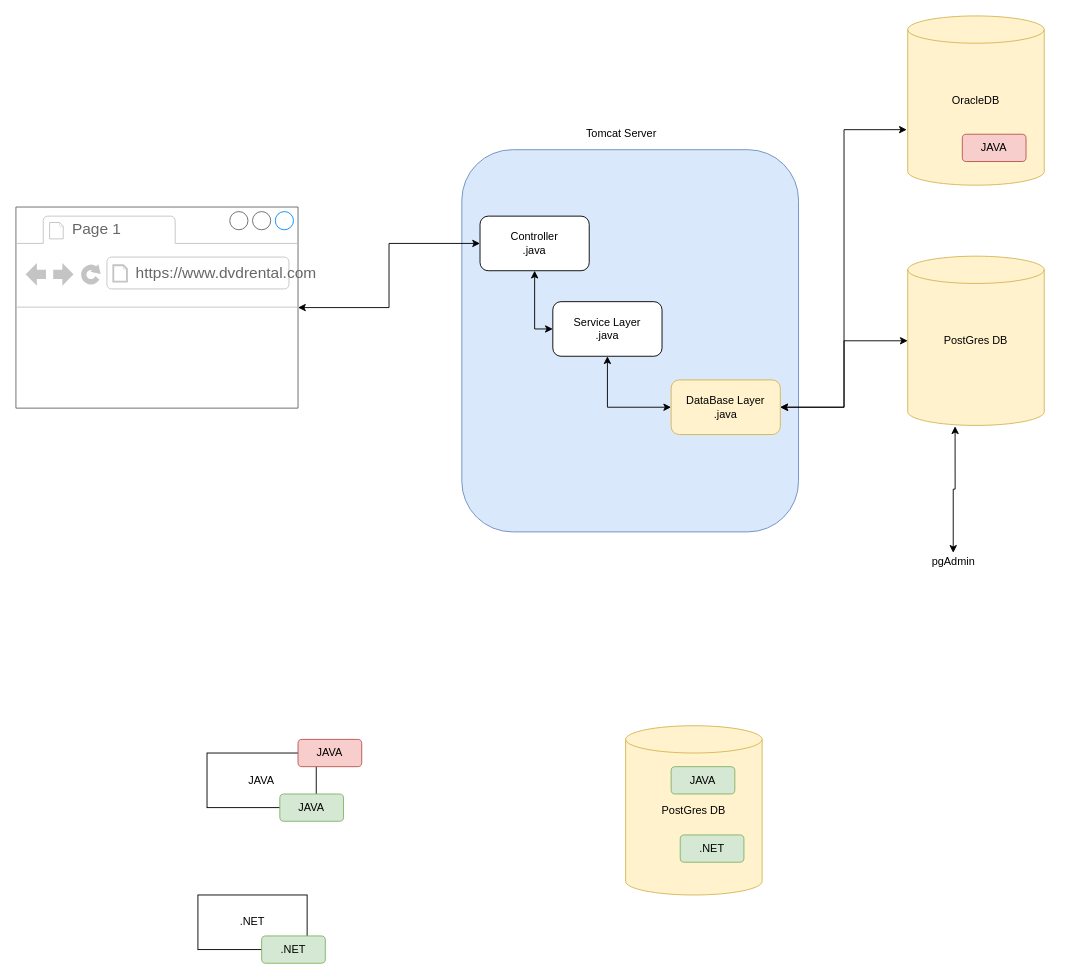
The draw.io diagram page "Page-6" (6 of 8) of Batch35_Draw.io.drawio in jayramrout/batch35, before the edit. Source tidied: cells renumbered, new cells numbered last; positions are measured from the earlier drawing's top-left corner, leaving out a move shared by most shapes. Both pictures are drawn from the tidied source at 91%, with x=0, y=0 at pixel (15, 15).
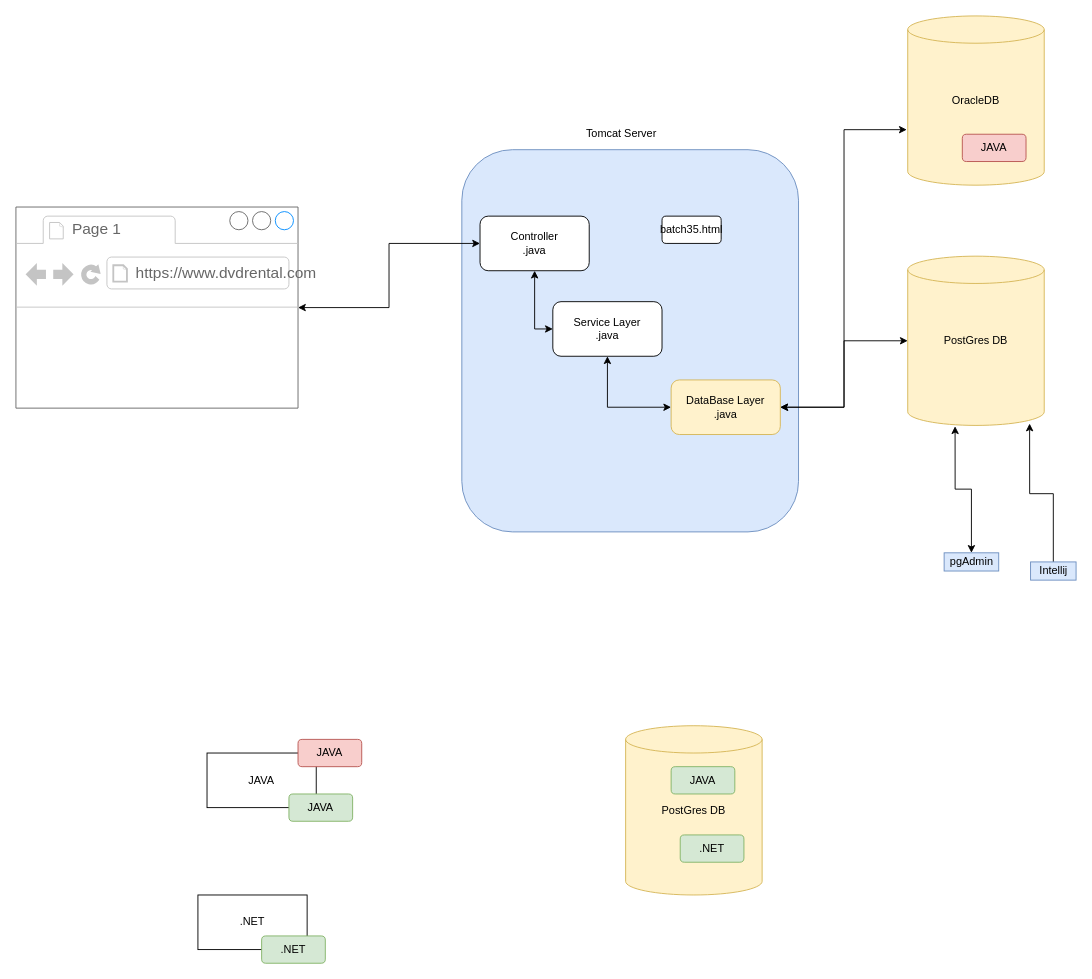
Above is the later version.

The change refers to these unchanged cells:
```xml
<mxCell id="2" value="PostGres DB" style="shape=cylinder2;whiteSpace=wrap;html=1;boundedLbl=1;backgroundOutline=1;size=15;fillColor=#fff2cc;strokeColor=#d6b656;" parent="1" vertex="1">
  <mxGeometry x="980" y="264" width="150" height="186" as="geometry" />
</mxCell>
```

The edit, as a diff of the source:
```diff
@@
-    <mxCell id="18" value="pgAdmin" style="text;html=1;align=center;verticalAlign=middle;points=[];" parent="1" vertex="1">
-      <mxGeometry x="1000" y="590" width="60" height="20" as="geometry" />
+    <mxCell id="18" value="pgAdmin" style="text;html=1;align=center;verticalAlign=middle;points=[];fillColor=#dae8fc;strokeColor=#6c8ebf;" parent="1" vertex="1">
+      <mxGeometry x="1020" y="590" width="60" height="20" as="geometry" />
     </mxCell>
@@
     <mxCell id="22" value="JAVA" style="rounded=1;whiteSpace=wrap;html=1;fillColor=#d5e8d4;strokeColor=#82b366;" parent="1" vertex="1">
-      <mxGeometry x="290" y="855" width="70" height="30" as="geometry" />
+      <mxGeometry x="300" y="855" width="70" height="30" as="geometry" />
     </mxCell>
@@
+    <mxCell id="28" style="edgeStyle=orthogonalEdgeStyle;rounded=0;jettySize=auto;html=1;entryX=0.893;entryY=0.989;entryDx=0;entryDy=0;entryPerimeter=0;" parent="1" edge="1" source="29" target="2">
+      <mxGeometry relative="1" as="geometry" />
+    </mxCell>
+    <mxCell id="29" value="Intellij" style="text;html=1;align=center;verticalAlign=middle;points=[];fillColor=#dae8fc;strokeColor=#6c8ebf;" parent="1" vertex="1">
+      <mxGeometry x="1115" y="600" width="50" height="20" as="geometry" />
+    </mxCell>
+    <mxCell id="30" value="batch35.html" style="rounded=1;whiteSpace=wrap;html=1;" parent="1" vertex="1">
+      <mxGeometry x="710" y="220" width="65" height="30" as="geometry" />
+    </mxCell>
```
